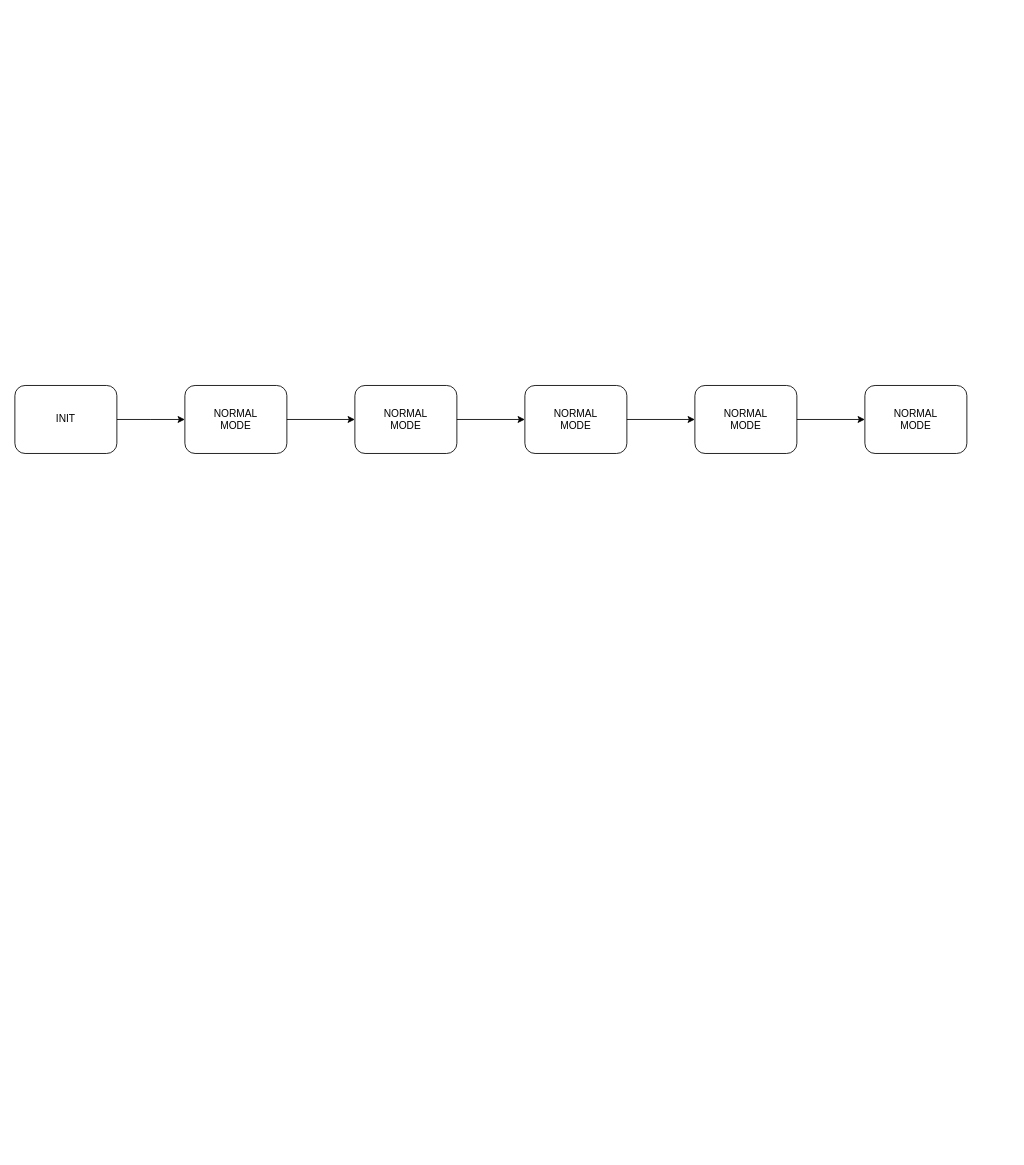
Earlier version of the draw.io diagram Untitled Diagram.drawio (VgQ8Auk/VgQ8Auk). Source tidied: cells renumbered, new cells numbered last; positions are measured from the earlier drawing's top-left corner, leaving out a move shared by most shapes. Both pictures are drawn from the tidied source at 85%, with x=0, y=0 at pixel (14, 385).
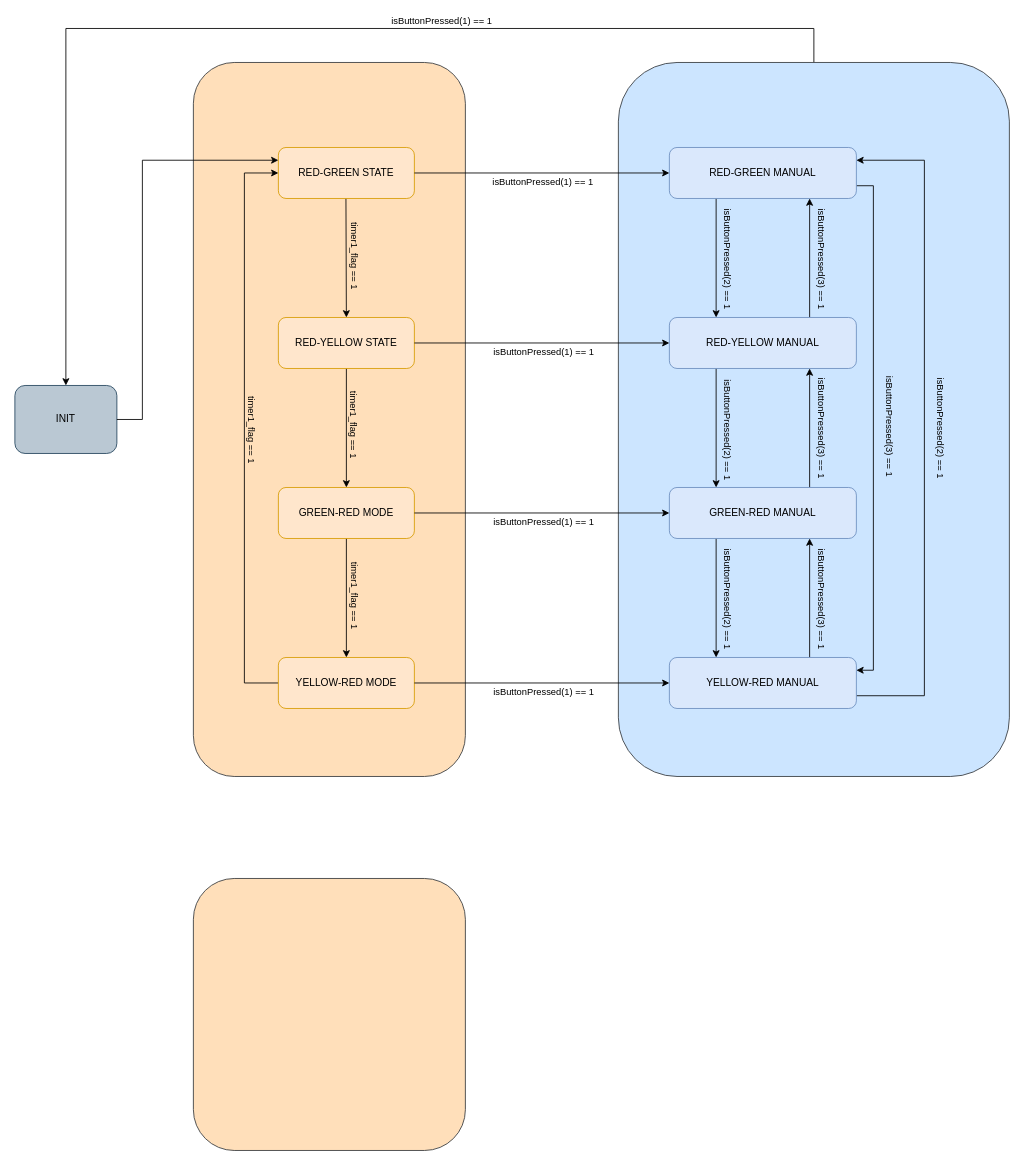
The same page after the edit.

The edit, as a diff of the source:
```diff
@@
-    <mxCell id="2" style="edgeStyle=orthogonalEdgeStyle;rounded=0;jettySize=auto;html=1;" parent="1" edge="1" source="3">
-      <mxGeometry relative="1" as="geometry">
-        <mxPoint x="200" y="40" as="targetPoint" />
-      </mxGeometry>
-    </mxCell>
-    <mxCell id="3" value="INIT" style="rounded=1;whiteSpace=wrap;html=1;" parent="1" vertex="1">
+    <mxCell id="3" value="INIT" style="rounded=1;whiteSpace=wrap;html=1;fillColor=#bac8d3;strokeColor=#23445d;" parent="1" vertex="1">
       <mxGeometry width="120" height="80" as="geometry" />
     </mxCell>
-    <mxCell id="4" value="&lt;div&gt;NORMAL&lt;/div&gt;&lt;div&gt;MODE&lt;br&gt;&lt;/div&gt;" style="rounded=1;whiteSpace=wrap;html=1;" parent="1" vertex="1">
-      <mxGeometry x="200" width="120" height="80" as="geometry" />
-    </mxCell>
-    <mxCell id="5" style="edgeStyle=orthogonalEdgeStyle;rounded=0;orthogonalLoop=1;jettySize=auto;html=1;" parent="1" edge="1">
-      <mxGeometry relative="1" as="geometry">
-        <mxPoint x="320" y="40" as="sourcePoint" />
-        <mxPoint x="400" y="40" as="targetPoint" />
-      </mxGeometry>
-    </mxCell>
-    <mxCell id="6" value="&lt;div&gt;NORMAL&lt;/div&gt;&lt;div&gt;MODE&lt;br&gt;&lt;/div&gt;" style="rounded=1;whiteSpace=wrap;html=1;" parent="1" vertex="1">
-      <mxGeometry x="400" width="120" height="80" as="geometry" />
-    </mxCell>
-    <mxCell id="7" style="edgeStyle=orthogonalEdgeStyle;rounded=0;orthogonalLoop=1;jettySize=auto;html=1;" parent="1" edge="1">
-      <mxGeometry relative="1" as="geometry">
-        <mxPoint x="520" y="40" as="sourcePoint" />
-        <mxPoint x="600" y="40" as="targetPoint" />
-      </mxGeometry>
-    </mxCell>
-    <mxCell id="8" value="&lt;div&gt;NORMAL&lt;/div&gt;&lt;div&gt;MODE&lt;br&gt;&lt;/div&gt;" style="rounded=1;whiteSpace=wrap;html=1;" parent="1" vertex="1">
-      <mxGeometry x="600" width="120" height="80" as="geometry" />
-    </mxCell>
-    <mxCell id="9" style="edgeStyle=orthogonalEdgeStyle;rounded=0;orthogonalLoop=1;jettySize=auto;html=1;" parent="1" edge="1">
-      <mxGeometry relative="1" as="geometry">
-        <mxPoint x="720" y="40" as="sourcePoint" />
-        <mxPoint x="800" y="40" as="targetPoint" />
-      </mxGeometry>
-    </mxCell>
-    <mxCell id="10" value="&lt;div&gt;NORMAL&lt;/div&gt;&lt;div&gt;MODE&lt;br&gt;&lt;/div&gt;" style="rounded=1;whiteSpace=wrap;html=1;" parent="1" vertex="1">
-      <mxGeometry x="800" width="120" height="80" as="geometry" />
-    </mxCell>
-    <mxCell id="11" style="edgeStyle=orthogonalEdgeStyle;rounded=0;orthogonalLoop=1;jettySize=auto;html=1;" parent="1" edge="1">
-      <mxGeometry relative="1" as="geometry">
-        <mxPoint x="920" y="40" as="sourcePoint" />
-        <mxPoint x="1000" y="40" as="targetPoint" />
-      </mxGeometry>
-    </mxCell>
-    <mxCell id="12" value="&lt;div&gt;NORMAL&lt;/div&gt;&lt;div&gt;MODE&lt;br&gt;&lt;/div&gt;" style="rounded=1;whiteSpace=wrap;html=1;" parent="1" vertex="1">
-      <mxGeometry x="1000" width="120" height="80" as="geometry" />
-    </mxCell>
+    <mxCell id="13" style="rounded=1;whiteSpace=wrap;html=1;fillColor=#FFDFBA;strokeWidth=1;strokeColor=#36393d;" parent="1" vertex="1">
+      <mxGeometry x="210" y="-380" width="320" height="840" as="geometry" />
+    </mxCell>
+    <mxCell id="14" style="edgeStyle=orthogonalEdgeStyle;rounded=0;jettySize=auto;html=1;entryX=0.5;entryY=0;entryDx=0;entryDy=0;" parent="1" edge="1" target="19">
+      <mxGeometry relative="1" as="geometry">
+        <mxPoint x="389.5" y="-220" as="sourcePoint" />
+      </mxGeometry>
+    </mxCell>
+    <mxCell id="15" value="timer1_flag == 1" style="edgeLabel;html=1;align=center;verticalAlign=middle;horizontal=1;rotation=90;labelBackgroundColor=#FFDFBA;" parent="14" vertex="1">
+      <mxGeometry x="-0.16" y="1" relative="1" as="geometry">
+        <mxPoint x="9" y="8" as="offset" />
+      </mxGeometry>
+    </mxCell>
+    <mxCell id="16" value="RED-GREEN STATE" style="rounded=1;whiteSpace=wrap;html=1;fillColor=#ffe6cc;strokeColor=#d79b00;" parent="1" vertex="1">
+      <mxGeometry x="310" y="-280" width="160" height="60" as="geometry" />
+    </mxCell>
+    <mxCell id="17" style="edgeStyle=orthogonalEdgeStyle;rounded=0;jettySize=auto;html=1;" parent="1" edge="1" source="19" target="22">
+      <mxGeometry relative="1" as="geometry" />
+    </mxCell>
+    <mxCell id="18" value="timer1_flag == 1" style="edgeLabel;html=1;align=center;verticalAlign=middle;horizontal=1;rotation=90;labelBackgroundColor=#FFDFBA;" parent="17" vertex="1">
+      <mxGeometry x="-0.26" relative="1" as="geometry">
+        <mxPoint x="10" y="13" as="offset" />
+      </mxGeometry>
+    </mxCell>
+    <mxCell id="19" value="RED-YELLOW STATE" style="rounded=1;whiteSpace=wrap;html=1;fillColor=#ffe6cc;strokeColor=#d79b00;" parent="1" vertex="1">
+      <mxGeometry x="310" y="-80" width="160" height="60" as="geometry" />
+    </mxCell>
+    <mxCell id="20" style="edgeStyle=orthogonalEdgeStyle;rounded=0;jettySize=auto;html=1;" parent="1" edge="1" source="22" target="25">
+      <mxGeometry relative="1" as="geometry" />
+    </mxCell>
+    <mxCell id="21" value="timer1_flag == 1" style="edgeLabel;html=1;align=center;verticalAlign=middle;horizontal=1;rotation=90;labelBackgroundColor=#FFDFBA;" parent="20" vertex="1">
+      <mxGeometry x="-0.06" y="1" relative="1" as="geometry">
+        <mxPoint x="10" as="offset" />
+      </mxGeometry>
+    </mxCell>
+    <mxCell id="22" value="GREEN-RED MODE" style="rounded=1;whiteSpace=wrap;html=1;fillColor=#ffe6cc;strokeColor=#d79b00;" parent="1" vertex="1">
+      <mxGeometry x="310" y="120" width="160" height="60" as="geometry" />
+    </mxCell>
+    <mxCell id="23" style="edgeStyle=orthogonalEdgeStyle;rounded=0;jettySize=auto;html=1;entryX=0;entryY=0.5;entryDx=0;entryDy=0;exitX=0;exitY=0.5;exitDx=0;exitDy=0;" parent="1" edge="1" source="25" target="16">
+      <mxGeometry relative="1" as="geometry">
+        <Array as="points">
+          <mxPoint x="270" y="350" />
+          <mxPoint x="270" y="-250" />
+        </Array>
+      </mxGeometry>
+    </mxCell>
+    <mxCell id="24" value="timer1_flag == 1" style="edgeLabel;html=1;align=center;verticalAlign=middle;rotation=90;labelBackgroundColor=#FFDFBA;" parent="23" vertex="1">
+      <mxGeometry relative="1" as="geometry">
+        <mxPoint x="10" y="1" as="offset" />
+      </mxGeometry>
+    </mxCell>
+    <mxCell id="25" value="YELLOW-RED MODE" style="rounded=1;whiteSpace=wrap;html=1;fillColor=#ffe6cc;strokeColor=#d79b00;" parent="1" vertex="1">
+      <mxGeometry x="310" y="320" width="160" height="60" as="geometry" />
+    </mxCell>
+    <mxCell id="26" style="edgeStyle=orthogonalEdgeStyle;rounded=0;jettySize=auto;html=1;entryX=0.5;entryY=0;entryDx=0;entryDy=0;exitX=0.5;exitY=0;exitDx=0;exitDy=0;" parent="1" edge="1" source="28" target="3">
+      <mxGeometry relative="1" as="geometry">
+        <Array as="points">
+          <mxPoint x="940" y="-420" />
+          <mxPoint x="60" y="-420" />
+        </Array>
+      </mxGeometry>
+    </mxCell>
+    <mxCell id="27" value="isButtonPressed(1) == 1" style="edgeLabel;html=1;align=center;verticalAlign=middle;" parent="26" vertex="1">
+      <mxGeometry x="-0.01" y="-1" relative="1" as="geometry">
+        <mxPoint x="184" y="-9" as="offset" />
+      </mxGeometry>
+    </mxCell>
+    <mxCell id="28" style="rounded=1;whiteSpace=wrap;html=1;fillColor=#cce5ff;strokeWidth=1;strokeColor=#36393d;" parent="1" vertex="1">
+      <mxGeometry x="710" y="-380" width="460" height="840" as="geometry" />
+    </mxCell>
+    <mxCell id="29" style="edgeStyle=orthogonalEdgeStyle;rounded=0;jettySize=auto;html=1;entryX=0.25;entryY=0;entryDx=0;entryDy=0;exitX=0.25;exitY=1;exitDx=0;exitDy=0;" parent="1" edge="1" source="33" target="38">
+      <mxGeometry relative="1" as="geometry" />
+    </mxCell>
+    <mxCell id="30" value="isButtonPressed(2) == 1" style="edgeLabel;html=1;align=center;verticalAlign=middle;rotation=90;labelBackgroundColor=#CCE5FF;" parent="29" vertex="1">
+      <mxGeometry y="-1" relative="1" as="geometry">
+        <mxPoint x="16" as="offset" />
+      </mxGeometry>
+    </mxCell>
+    <mxCell id="31" style="edgeStyle=orthogonalEdgeStyle;rounded=0;jettySize=auto;html=1;exitX=1;exitY=0.75;exitDx=0;exitDy=0;entryX=1;entryY=0.25;entryDx=0;entryDy=0;" parent="1" edge="1" source="33" target="48">
+      <mxGeometry relative="1" as="geometry">
+        <Array as="points">
+          <mxPoint x="1010" y="-235" />
+          <mxPoint x="1010" y="335" />
+        </Array>
+      </mxGeometry>
+    </mxCell>
+    <mxCell id="32" value="isButtonPressed(3) == 1" style="edgeLabel;html=1;align=center;verticalAlign=middle;rotation=90;labelBackgroundColor=#CCE5FF;" parent="31" vertex="1">
+      <mxGeometry x="-0.01" relative="1" as="geometry">
+        <mxPoint x="20" as="offset" />
+      </mxGeometry>
+    </mxCell>
+    <mxCell id="33" value="RED-GREEN MANUAL" style="rounded=1;whiteSpace=wrap;html=1;fillColor=#dae8fc;strokeColor=#6c8ebf;" parent="1" vertex="1">
+      <mxGeometry x="770" y="-280" width="220" height="60" as="geometry" />
+    </mxCell>
+    <mxCell id="34" style="edgeStyle=orthogonalEdgeStyle;rounded=0;jettySize=auto;html=1;exitX=0.75;exitY=0;exitDx=0;exitDy=0;entryX=0.75;entryY=1;entryDx=0;entryDy=0;" parent="1" edge="1" source="38" target="33">
+      <mxGeometry relative="1" as="geometry" />
+    </mxCell>
+    <mxCell id="35" value="isButtonPressed(3) == 1" style="edgeLabel;html=1;align=center;verticalAlign=middle;rotation=90;labelBackgroundColor=#CCE5FF;" parent="34" vertex="1">
+      <mxGeometry y="1" relative="1" as="geometry">
+        <mxPoint x="16" as="offset" />
+      </mxGeometry>
+    </mxCell>
+    <mxCell id="36" style="edgeStyle=orthogonalEdgeStyle;rounded=0;jettySize=auto;html=1;exitX=0.25;exitY=1;exitDx=0;exitDy=0;entryX=0.25;entryY=0;entryDx=0;entryDy=0;" parent="1" edge="1" source="38" target="43">
+      <mxGeometry relative="1" as="geometry" />
+    </mxCell>
+    <mxCell id="37" value="isButtonPressed(2) == 1" style="edgeLabel;html=1;align=center;verticalAlign=middle;rotation=90;labelBackgroundColor=#CCE5FF;" parent="36" vertex="1">
+      <mxGeometry x="0.02" y="1" relative="1" as="geometry">
+        <mxPoint x="14" as="offset" />
+      </mxGeometry>
+    </mxCell>
+    <mxCell id="38" value="RED-YELLOW MANUAL" style="rounded=1;whiteSpace=wrap;html=1;fillColor=#dae8fc;strokeColor=#6c8ebf;" parent="1" vertex="1">
+      <mxGeometry x="770" y="-80" width="220" height="60" as="geometry" />
+    </mxCell>
+    <mxCell id="39" style="edgeStyle=orthogonalEdgeStyle;rounded=0;jettySize=auto;html=1;exitX=0.25;exitY=1;exitDx=0;exitDy=0;entryX=0.25;entryY=0;entryDx=0;entryDy=0;" parent="1" edge="1" source="43" target="48">
+      <mxGeometry relative="1" as="geometry" />
+    </mxCell>
+    <mxCell id="40" value="isButtonPressed(2) == 1" style="edgeLabel;html=1;align=center;verticalAlign=middle;rotation=90;labelBackgroundColor=#CCE5FF;" parent="39" vertex="1">
+      <mxGeometry x="-0.04" y="-2" relative="1" as="geometry">
+        <mxPoint x="17" y="3" as="offset" />
+      </mxGeometry>
+    </mxCell>
+    <mxCell id="41" style="edgeStyle=orthogonalEdgeStyle;rounded=0;jettySize=auto;html=1;exitX=0.75;exitY=0;exitDx=0;exitDy=0;entryX=0.75;entryY=1;entryDx=0;entryDy=0;" parent="1" edge="1" source="43" target="38">
+      <mxGeometry relative="1" as="geometry" />
+    </mxCell>
+    <mxCell id="42" value="isButtonPressed(3) == 1" style="edgeLabel;html=1;align=center;verticalAlign=middle;rotation=90;labelBackgroundColor=#CCE5FF;" parent="41" vertex="1">
+      <mxGeometry x="0.02" y="-1" relative="1" as="geometry">
+        <mxPoint x="14" as="offset" />
+      </mxGeometry>
+    </mxCell>
+    <mxCell id="43" value="GREEN-RED MANUAL" style="rounded=1;whiteSpace=wrap;html=1;fillColor=#dae8fc;strokeColor=#6c8ebf;" parent="1" vertex="1">
+      <mxGeometry x="770" y="120" width="220" height="60" as="geometry" />
+    </mxCell>
+    <mxCell id="44" style="edgeStyle=orthogonalEdgeStyle;rounded=0;jettySize=auto;html=1;exitX=0.75;exitY=0;exitDx=0;exitDy=0;entryX=0.75;entryY=1;entryDx=0;entryDy=0;" parent="1" edge="1" source="48" target="43">
+      <mxGeometry relative="1" as="geometry" />
+    </mxCell>
+    <mxCell id="45" value="isButtonPressed(3) == 1" style="edgeLabel;html=1;align=center;verticalAlign=middle;rotation=90;labelBackgroundColor=#CCE5FF;" parent="44" vertex="1">
+      <mxGeometry x="0.05" y="1" relative="1" as="geometry">
+        <mxPoint x="16" y="4" as="offset" />
+      </mxGeometry>
+    </mxCell>
+    <mxCell id="46" style="edgeStyle=orthogonalEdgeStyle;rounded=0;jettySize=auto;html=1;exitX=1;exitY=0.75;exitDx=0;exitDy=0;entryX=1;entryY=0.25;entryDx=0;entryDy=0;" parent="1" edge="1" source="48" target="33">
+      <mxGeometry relative="1" as="geometry">
+        <Array as="points">
+          <mxPoint x="1070" y="365" />
+          <mxPoint x="1070" y="-265" />
+        </Array>
+      </mxGeometry>
+    </mxCell>
+    <mxCell id="47" value="isButtonPressed(2) == 1" style="edgeLabel;html=1;align=center;verticalAlign=middle;rotation=90;labelBackgroundColor=#CCE5FF;" parent="46" vertex="1">
+      <mxGeometry y="-1" relative="1" as="geometry">
+        <mxPoint x="19" y="-1" as="offset" />
+      </mxGeometry>
+    </mxCell>
+    <mxCell id="48" value="YELLOW-RED MANUAL" style="rounded=1;whiteSpace=wrap;html=1;fillColor=#dae8fc;strokeColor=#6c8ebf;" parent="1" vertex="1">
+      <mxGeometry x="770" y="320" width="220" height="60" as="geometry" />
+    </mxCell>
+    <mxCell id="49" style="edgeStyle=orthogonalEdgeStyle;rounded=0;jettySize=auto;html=1;entryX=0;entryY=0.5;entryDx=0;entryDy=0;exitX=1;exitY=0.5;exitDx=0;exitDy=0;exitPerimeter=0;" parent="1" edge="1" source="16" target="33">
+      <mxGeometry relative="1" as="geometry" />
+    </mxCell>
+    <mxCell id="50" value="isButtonPressed(1) == 1" style="edgeLabel;html=1;align=center;verticalAlign=middle;" parent="49" vertex="1">
+      <mxGeometry y="1" relative="1" as="geometry">
+        <mxPoint y="11" as="offset" />
+      </mxGeometry>
+    </mxCell>
+    <mxCell id="51" style="edgeStyle=orthogonalEdgeStyle;rounded=0;jettySize=auto;html=1;entryX=0;entryY=0.5;entryDx=0;entryDy=0;exitX=1;exitY=0.5;exitDx=0;exitDy=0;" parent="1" edge="1" source="19" target="38">
+      <mxGeometry relative="1" as="geometry" />
+    </mxCell>
+    <mxCell id="52" value="isButtonPressed(1) == 1" style="edgeLabel;html=1;align=center;verticalAlign=middle;" parent="51" vertex="1">
+      <mxGeometry relative="1" as="geometry">
+        <mxPoint x="1" y="10" as="offset" />
+      </mxGeometry>
+    </mxCell>
+    <mxCell id="53" style="edgeStyle=orthogonalEdgeStyle;rounded=0;jettySize=auto;html=1;entryX=0;entryY=0.5;entryDx=0;entryDy=0;exitX=1;exitY=0.5;exitDx=0;exitDy=0;" parent="1" edge="1" source="22" target="43">
+      <mxGeometry relative="1" as="geometry" />
+    </mxCell>
+    <mxCell id="54" value="isButtonPressed(1) == 1" style="edgeLabel;html=1;align=center;verticalAlign=middle;" parent="53" vertex="1">
+      <mxGeometry y="3" relative="1" as="geometry">
+        <mxPoint x="1" y="13" as="offset" />
+      </mxGeometry>
+    </mxCell>
+    <mxCell id="55" style="edgeStyle=orthogonalEdgeStyle;rounded=0;jettySize=auto;html=1;entryX=0;entryY=0.5;entryDx=0;entryDy=0;exitX=1;exitY=0.5;exitDx=0;exitDy=0;" parent="1" edge="1" source="25" target="48">
+      <mxGeometry relative="1" as="geometry" />
+    </mxCell>
+    <mxCell id="56" value="isButtonPressed(1) == 1" style="edgeLabel;html=1;align=center;verticalAlign=middle;" parent="55" vertex="1">
+      <mxGeometry y="-2" relative="1" as="geometry">
+        <mxPoint x="1" y="8" as="offset" />
+      </mxGeometry>
+    </mxCell>
+    <mxCell id="57" style="edgeStyle=orthogonalEdgeStyle;rounded=0;jettySize=auto;html=1;entryX=0;entryY=0.25;entryDx=0;entryDy=0;" parent="1" edge="1" source="3" target="16">
+      <mxGeometry relative="1" as="geometry">
+        <Array as="points">
+          <mxPoint x="150" y="40" />
+          <mxPoint x="150" y="-265" />
+        </Array>
+      </mxGeometry>
+    </mxCell>
+    <mxCell id="58" style="rounded=1;whiteSpace=wrap;html=1;fillColor=#FFDFBA;strokeWidth=1;strokeColor=#36393d;" parent="1" vertex="1">
+      <mxGeometry x="210" y="580" width="320" height="320" as="geometry" />
+    </mxCell>
```
